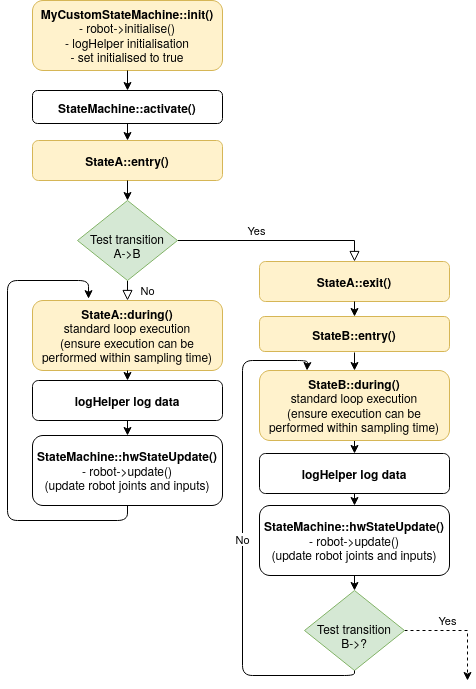
Above: doc/img/CORCStateMachineExecutionDiagram.png in UniMelbHumanRoboticsLab/CANOpenRobotController (draw.io), before the change. Source tidied: cells renumbered, new cells last; positions are measured from the earlier drawing's top-left corner, leaving out a move shared by most shapes.
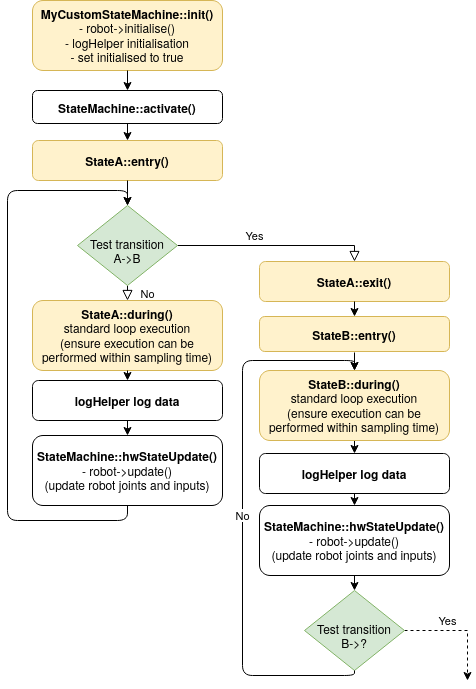
After the change.

The edit, as a diff of the source:
```diff
@@ -6,7 +6,11 @@
       <mxGeometry x="25" width="190" height="70" as="geometry" />
     </mxCell>
     <mxCell id="3" value="Yes" style="rounded=0;html=1;jettySize=auto;fontSize=11;endArrow=block;endFill=0;endSize=8;strokeWidth=1;shadow=0;labelBackgroundColor=none;edgeStyle=orthogonalEdgeStyle;exitX=1;exitY=0.5;exitDx=0;exitDy=0;entryX=0.5;entryY=0;entryDx=0;entryDy=0;" parent="1" edge="1" source="5" target="12">
-      <mxGeometry x="-0.2" y="10" relative="1" as="geometry" />
+      <mxGeometry x="-0.2" y="10" relative="1" as="geometry">
+        <Array as="points">
+          <mxPoint x="347" y="245" />
+        </Array>
+      </mxGeometry>
     </mxCell>
     <mxCell id="4" value="No" style="edgeStyle=orthogonalEdgeStyle;rounded=0;html=1;jettySize=auto;fontSize=11;endArrow=block;endFill=0;endSize=8;strokeWidth=1;shadow=0;labelBackgroundColor=none;entryX=0.5;entryY=0;entryDx=0;entryDy=0;exitX=0.5;exitY=1;exitDx=0;exitDy=0;" parent="1" edge="1" source="5" target="8">
       <mxGeometry y="20" relative="1" as="geometry">
@@ -17,7 +21,7 @@
       </mxGeometry>
     </mxCell>
     <mxCell id="5" value="&lt;br&gt;Test transition&lt;br&gt;A-&amp;gt;B" style="rhombus;whiteSpace=wrap;html=1;shadow=0;fontFamily=Helvetica;fontSize=12;align=center;strokeWidth=1;spacing=6;spacingTop=-4;fillColor=#d5e8d4;strokeColor=#82b366;" parent="1" vertex="1">
-      <mxGeometry x="70" y="200" width="100" height="80" as="geometry" />
+      <mxGeometry x="70" y="205" width="100" height="80" as="geometry" />
     </mxCell>
     <mxCell id="6" value="&lt;b&gt;StateMachine::activate()&lt;/b&gt;" style="rounded=1;whiteSpace=wrap;html=1;fontSize=12;glass=0;strokeWidth=1;shadow=0;" parent="1" vertex="1">
       <mxGeometry x="25" y="90" width="190" height="33" as="geometry" />
@@ -52,13 +56,13 @@
     <mxCell id="16" value="&lt;b&gt;logHelper log data&lt;/b&gt;" style="rounded=1;whiteSpace=wrap;html=1;fontSize=12;glass=0;strokeWidth=1;shadow=0;" parent="1" vertex="1">
       <mxGeometry x="252" y="453" width="190" height="40" as="geometry" />
     </mxCell>
-    <mxCell id="17" style="endArrow=classic;html=1;exitX=0.5;exitY=1;exitDx=0;exitDy=0;entryX=0.295;entryY=-0.026;entryDx=0;entryDy=0;entryPerimeter=0;" parent="1" edge="1" source="13" target="8">
+    <mxCell id="17" style="endArrow=classic;html=1;exitX=0.5;exitY=1;exitDx=0;exitDy=0;" parent="1" edge="1" source="13" target="5">
       <mxGeometry relative="1" as="geometry">
         <Array as="points">
           <mxPoint x="120" y="520" />
           <mxPoint y="520" />
-          <mxPoint y="280" />
-          <mxPoint x="81" y="280" />
+          <mxPoint y="190" />
+          <mxPoint x="120" y="190" />
         </Array>
       </mxGeometry>
     </mxCell>
@@ -84,13 +88,13 @@
     <mxCell id="23" style="endArrow=classic;html=1;exitX=0.5;exitY=1;exitDx=0;exitDy=0;entryX=0.5;entryY=0;entryDx=0;entryDy=0;" parent="1" edge="1" source="12" target="7">
       <mxGeometry relative="1" as="geometry" />
     </mxCell>
-    <mxCell id="24" value="No" style="endArrow=classic;html=1;exitX=0.5;exitY=1;exitDx=0;exitDy=0;entryX=0.25;entryY=0;entryDx=0;entryDy=0;" parent="1" edge="1" source="20" target="10">
+    <mxCell id="24" value="No" style="endArrow=classic;html=1;exitX=0.5;exitY=1;exitDx=0;exitDy=0;entryX=0.5;entryY=0;entryDx=0;entryDy=0;" parent="1" edge="1" source="20" target="10">
       <mxGeometry relative="1" as="geometry">
         <Array as="points">
           <mxPoint x="347" y="675" />
           <mxPoint x="235" y="675" />
           <mxPoint x="235" y="360" />
-          <mxPoint x="300" y="360" />
+          <mxPoint x="347" y="360" />
         </Array>
       </mxGeometry>
     </mxCell>
```
